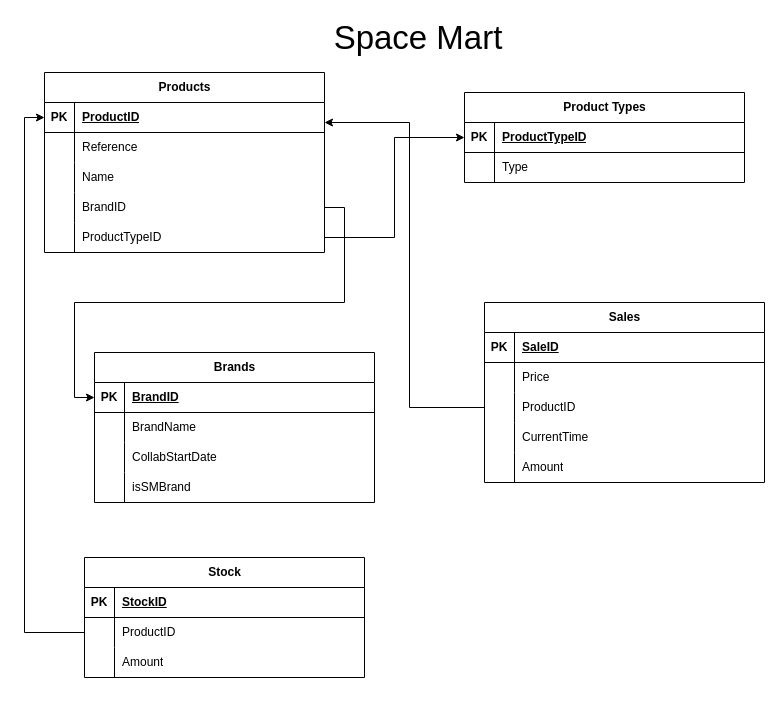
This is diagrams/Diagramme sans nom.drawio from Fastrings/SpaceMart, a draw.io file, before an edit. Source tidied: cells renumbered, new cells numbered last; positions are measured from the earlier drawing's top-left corner, leaving out a move shared by most shapes. Both pictures are drawn from the tidied source at 100%, with x=0, y=0 at pixel (24, 22).
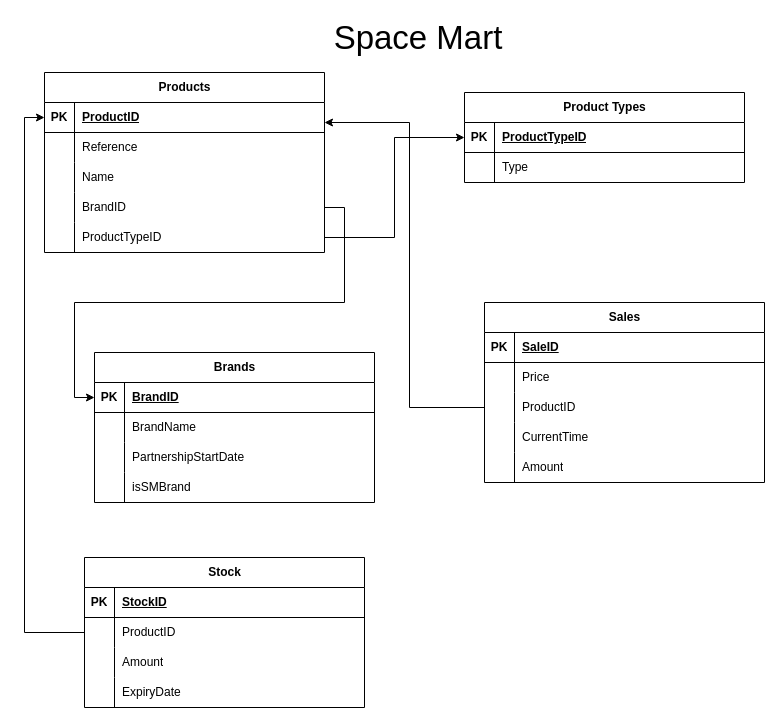
The same page after the edit.

The change refers to these unchanged cells:
```xml
<mxCell id="34" style="shape=tableRow;horizontal=0;startSize=0;swimlaneHead=0;swimlaneBody=0;fillColor=none;top=0;left=0;right=0;bottom=0;" parent="27" vertex="1">
  <mxGeometry y="90" width="280" height="30" as="geometry" />
</mxCell>
```

What changed in the source:
```diff
@@
-    <mxCell id="36" value="CollabStartDate" style="shape=partialRectangle;fillColor=none;top=0;left=0;bottom=0;right=0;align=left;spacingLeft=6;overflow=hidden;whiteSpace=wrap;html=1;" parent="34" vertex="1">
+    <mxCell id="36" value="PartnershipStartDate" style="shape=partialRectangle;fillColor=none;top=0;left=0;bottom=0;right=0;align=left;spacingLeft=6;overflow=hidden;whiteSpace=wrap;html=1;" parent="34" vertex="1">
       <mxGeometry x="30" width="250" height="30" as="geometry" />
     </mxCell>
@@
     <mxCell id="58" value="Stock" style="shape=table;startSize=30;childLayout=tableLayout;rowLines=0;fontStyle=1;align=center;html=1;" parent="1" vertex="1">
-      <mxGeometry x="60" y="535" width="280" height="120" as="geometry" />
+      <mxGeometry x="60" y="535" width="280" height="150" as="geometry" />
     </mxCell>
@@
+    <mxCell id="69" style="shape=tableRow;horizontal=0;startSize=0;swimlaneHead=0;swimlaneBody=0;fillColor=none;top=0;left=0;right=0;bottom=0;" parent="58" vertex="1">
+      <mxGeometry y="120" width="280" height="30" as="geometry" />
+    </mxCell>
+    <mxCell id="70" style="shape=partialRectangle;fillColor=none;top=0;left=0;bottom=0;right=0;overflow=hidden;whiteSpace=wrap;html=1;" parent="69" vertex="1">
+      <mxGeometry width="30" height="30" as="geometry" />
+    </mxCell>
+    <mxCell id="71" value="ExpiryDate" style="shape=partialRectangle;fillColor=none;top=0;left=0;bottom=0;right=0;align=left;spacingLeft=6;overflow=hidden;whiteSpace=wrap;html=1;" parent="69" vertex="1">
+      <mxGeometry x="30" width="250" height="30" as="geometry" />
+    </mxCell>
```
